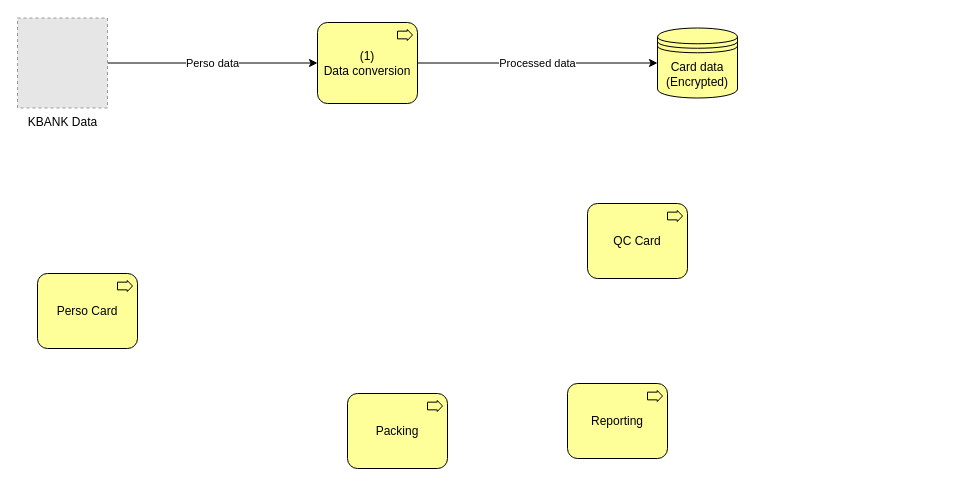
This is แบบแผนที่ยังไม่ได้ตั้งชื่อ.drawio from delphihero/MyDocument, a draw.io file, before an edit. Source tidied: cells renumbered, new cells numbered last; positions are measured from the earlier drawing's top-left corner, leaving out a move shared by most shapes. Both pictures are drawn from the tidied source at 100%, with x=0, y=0 at pixel (17, 17). Pictures stored in the file or linked from it are replaced by grey dashed boxes.
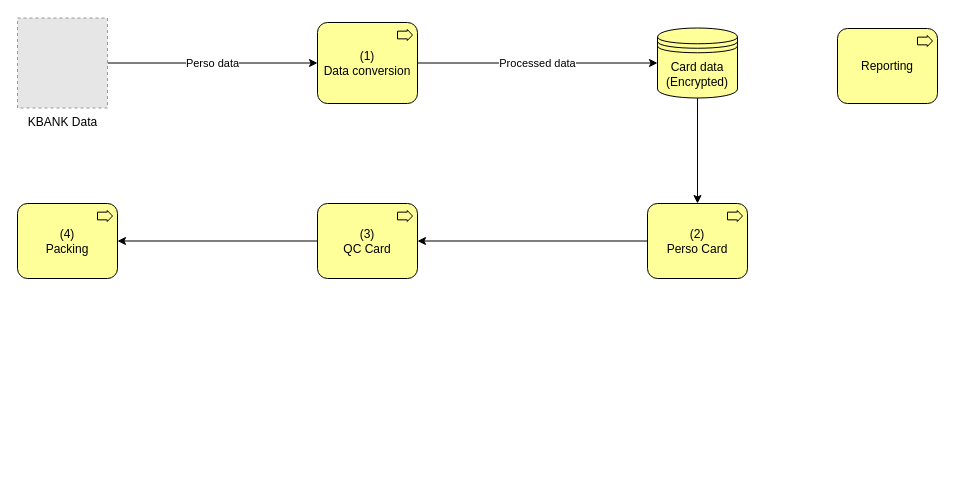
Above is the later version.

Change to the diagram source:
```diff
@@
 <mxGraphModel>
   <root>
     <mxCell id="0" />
     <mxCell id="1" parent="0" />
     <mxCell id="2" value="Perso data" style="edgeStyle=orthogonalEdgeStyle;rounded=0;jettySize=auto;html=1;entryX=0;entryY=0.5;entryDx=0;entryDy=0;entryPerimeter=0;" parent="1" edge="1" source="3" target="5">
       <mxGeometry relative="1" as="geometry" />
     </mxCell>
     <mxCell id="3" value="KBANK Data" style="fillColor=#E6E6E6;strokeColor=#999999;dashed=1;html=1;verticalAlign=top;verticalLabelPosition=bottom;labelBackgroundColor=#ffffff;" parent="1" vertex="1">
       <mxGeometry y="0.5" width="90" height="90" as="geometry" />
     </mxCell>
     <mxCell id="4" value="Processed data" style="edgeStyle=orthogonalEdgeStyle;rounded=0;jettySize=auto;html=1;entryX=0;entryY=0.5;entryDx=0;entryDy=0;" parent="1" edge="1" source="5" target="10">
       <mxGeometry relative="1" as="geometry" />
     </mxCell>
     <mxCell id="5" value="&lt;div&gt;(1)&lt;/div&gt;&lt;div&gt;Data conversion&lt;/div&gt;" style="html=1;outlineConnect=0;whiteSpace=wrap;fillColor=#ffff99;shape=mxgraph.archimate.business;busType=process;" parent="1" vertex="1">
       <mxGeometry x="300" y="5" width="100" height="81" as="geometry" />
     </mxCell>
     <mxCell id="6" value="Reporting" style="html=1;whiteSpace=wrap;fillColor=#ffff99;shape=mxgraph.archimate.business;busType=process;" parent="1" vertex="1">
-      <mxGeometry x="550" y="366" width="100" height="75" as="geometry" />
+      <mxGeometry x="820" y="11" width="100" height="75" as="geometry" />
     </mxCell>
+    <mxCell id="11" style="edgeStyle=orthogonalEdgeStyle;rounded=0;jettySize=auto;html=1;" parent="1" edge="1" source="7" target="8">
+      <mxGeometry relative="1" as="geometry" />
+    </mxCell>
-    <mxCell id="7" value="&lt;div&gt;Perso Card&lt;/div&gt;" style="html=1;outlineConnect=0;whiteSpace=wrap;fillColor=#ffff99;shape=mxgraph.archimate.business;busType=process;" parent="1" vertex="1">
-      <mxGeometry x="20" y="256" width="100" height="75" as="geometry" />
+    <mxCell id="7" value="&lt;div&gt;(2)&lt;/div&gt;&lt;div&gt;Perso Card&lt;/div&gt;" style="html=1;outlineConnect=0;whiteSpace=wrap;fillColor=#ffff99;shape=mxgraph.archimate.business;busType=process;" parent="1" vertex="1">
+      <mxGeometry x="630" y="186" width="100" height="75" as="geometry" />
     </mxCell>
+    <mxCell id="12" style="edgeStyle=orthogonalEdgeStyle;rounded=0;jettySize=auto;html=1;entryX=1;entryY=0.5;entryDx=0;entryDy=0;entryPerimeter=0;" parent="1" edge="1" source="8" target="9">
+      <mxGeometry relative="1" as="geometry" />
+    </mxCell>
-    <mxCell id="8" value="QC Card" style="html=1;outlineConnect=0;whiteSpace=wrap;fillColor=#ffff99;shape=mxgraph.archimate.business;busType=process;" parent="1" vertex="1">
-      <mxGeometry x="570" y="186" width="100" height="75" as="geometry" />
+    <mxCell id="8" value="&lt;div&gt;(3)&lt;/div&gt;&lt;div&gt;QC Card&lt;/div&gt;" style="html=1;outlineConnect=0;whiteSpace=wrap;fillColor=#ffff99;shape=mxgraph.archimate.business;busType=process;" parent="1" vertex="1">
+      <mxGeometry x="300" y="186" width="100" height="75" as="geometry" />
     </mxCell>
-    <mxCell id="9" value="Packing" style="html=1;outlineConnect=0;whiteSpace=wrap;fillColor=#ffff99;shape=mxgraph.archimate.business;busType=process;" parent="1" vertex="1">
-      <mxGeometry x="330" y="376" width="100" height="75" as="geometry" />
+    <mxCell id="9" value="&lt;div&gt;(4)&lt;/div&gt;&lt;div&gt;Packing&lt;/div&gt;" style="html=1;outlineConnect=0;whiteSpace=wrap;fillColor=#ffff99;shape=mxgraph.archimate.business;busType=process;" parent="1" vertex="1">
+      <mxGeometry y="186" width="100" height="75" as="geometry" />
     </mxCell>
+    <mxCell id="13" style="edgeStyle=orthogonalEdgeStyle;rounded=0;jettySize=auto;html=1;" parent="1" edge="1" source="10" target="7">
+      <mxGeometry relative="1" as="geometry" />
+    </mxCell>
     <mxCell id="10" value="&lt;div&gt;Card data&lt;/div&gt;&lt;div&gt;(Encrypted)&lt;br&gt;&lt;/div&gt;" style="shape=datastore;whiteSpace=wrap;html=1;fillColor=#FFFF99;" parent="1" vertex="1">
       <mxGeometry x="640" y="10.5" width="80" height="70" as="geometry" />
     </mxCell>
   </root>
 </mxGraphModel>
```
